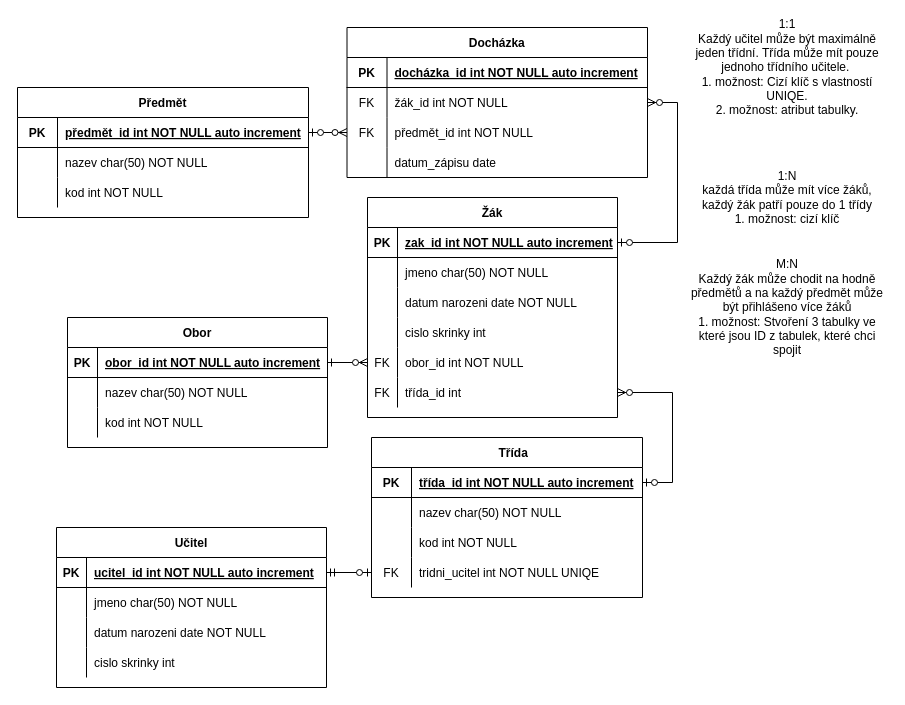
This is 2020_EP/ER_Tridni_kniha.drawio from JaroslavHolecek/SPS_for_students, a draw.io file, before an edit. Source tidied: cells renumbered, new cells numbered last; positions are measured from the earlier drawing's top-left corner, leaving out a move shared by most shapes. Both pictures are drawn from the tidied source at 100%, with x=0, y=0 at pixel (17, 17).
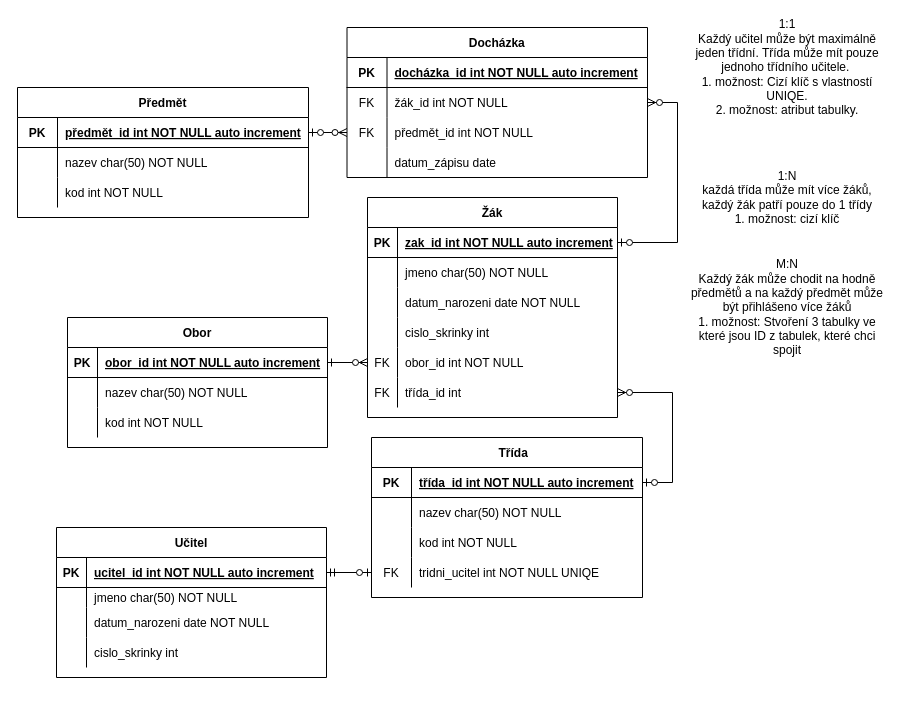
The same page after the edit.

Unchanged cells that the change refers to:
```xml
<mxCell id="9" style="shape=partialRectangle;fillColor=none;top=0;left=0;right=0;bottom=0;" parent="2" vertex="1">
  <mxGeometry y="90" width="250" height="30" as="geometry" />
</mxCell>
<mxCell id="12" style="shape=partialRectangle;fillColor=none;top=0;left=0;right=0;bottom=0;" parent="2" vertex="1">
  <mxGeometry y="120" width="250" height="30" as="geometry" />
</mxCell>
```

What changed in the source:
```diff
@@
-    <mxCell id="11" value="datum narozeni date NOT NULL" style="shape=partialRectangle;overflow=hidden;fillColor=none;top=0;left=0;bottom=0;right=0;align=left;spacingLeft=6;" parent="9" vertex="1">
+    <mxCell id="11" value="datum_narozeni date NOT NULL" style="shape=partialRectangle;overflow=hidden;fillColor=none;top=0;left=0;bottom=0;right=0;align=left;spacingLeft=6;" parent="9" vertex="1">
       <mxGeometry x="30" width="220" height="30" as="geometry" />
     </mxCell>
@@
-    <mxCell id="14" value="cislo skrinky int " style="shape=partialRectangle;overflow=hidden;fillColor=none;top=0;left=0;bottom=0;right=0;align=left;spacingLeft=6;" parent="12" vertex="1">
+    <mxCell id="14" value="cislo_skrinky int " style="shape=partialRectangle;overflow=hidden;fillColor=none;top=0;left=0;bottom=0;right=0;align=left;spacingLeft=6;" parent="12" vertex="1">
       <mxGeometry x="30" width="220" height="30" as="geometry" />
     </mxCell>
@@
     <mxCell id="46" value="Učitel" style="shape=table;startSize=30;childLayout=tableLayout;rowLines=0;fontStyle=1;align=center;" parent="1" vertex="1">
-      <mxGeometry x="39" y="510" width="270" height="160" as="geometry" />
+      <mxGeometry x="39" y="510" width="270" height="150" as="geometry" />
     </mxCell>
@@
     <mxCell id="50" style="shape=partialRectangle;fillColor=none;top=0;left=0;right=0;bottom=0;" parent="46" vertex="1">
-      <mxGeometry y="60" width="270" height="30" as="geometry" />
+      <mxGeometry y="60" width="270" height="20" as="geometry" />
     </mxCell>
     <mxCell id="51" style="shape=partialRectangle;overflow=hidden;fillColor=none;top=0;left=0;bottom=0;right=0;" parent="50" vertex="1">
-      <mxGeometry width="30" height="30" as="geometry" />
+      <mxGeometry width="30" height="20" as="geometry" />
     </mxCell>
     <mxCell id="52" value="jmeno char(50) NOT NULL" style="shape=partialRectangle;overflow=hidden;fillColor=none;top=0;left=0;bottom=0;right=0;align=left;spacingLeft=6;" parent="50" vertex="1">
-      <mxGeometry x="30" width="240" height="30" as="geometry" />
+      <mxGeometry x="30" width="240" height="20" as="geometry" />
     </mxCell>
     <mxCell id="53" style="shape=partialRectangle;fillColor=none;top=0;left=0;right=0;bottom=0;" parent="46" vertex="1">
-      <mxGeometry y="90" width="270" height="30" as="geometry" />
+      <mxGeometry y="80" width="270" height="30" as="geometry" />
     </mxCell>
@@
-    <mxCell id="55" value="datum narozeni date NOT NULL" style="shape=partialRectangle;overflow=hidden;fillColor=none;top=0;left=0;bottom=0;right=0;align=left;spacingLeft=6;" parent="53" vertex="1">
+    <mxCell id="55" value="datum_narozeni date NOT NULL" style="shape=partialRectangle;overflow=hidden;fillColor=none;top=0;left=0;bottom=0;right=0;align=left;spacingLeft=6;" parent="53" vertex="1">
       <mxGeometry x="30" width="240" height="30" as="geometry" />
     </mxCell>
     <mxCell id="56" style="shape=partialRectangle;fillColor=none;top=0;left=0;right=0;bottom=0;" parent="46" vertex="1">
-      <mxGeometry y="120" width="270" height="30" as="geometry" />
+      <mxGeometry y="110" width="270" height="30" as="geometry" />
     </mxCell>
@@
-    <mxCell id="58" value="cislo skrinky int " style="shape=partialRectangle;overflow=hidden;fillColor=none;top=0;left=0;bottom=0;right=0;align=left;spacingLeft=6;" parent="56" vertex="1">
+    <mxCell id="58" value="cislo_skrinky int " style="shape=partialRectangle;overflow=hidden;fillColor=none;top=0;left=0;bottom=0;right=0;align=left;spacingLeft=6;" parent="56" vertex="1">
       <mxGeometry x="30" width="240" height="30" as="geometry" />
     </mxCell>
```
